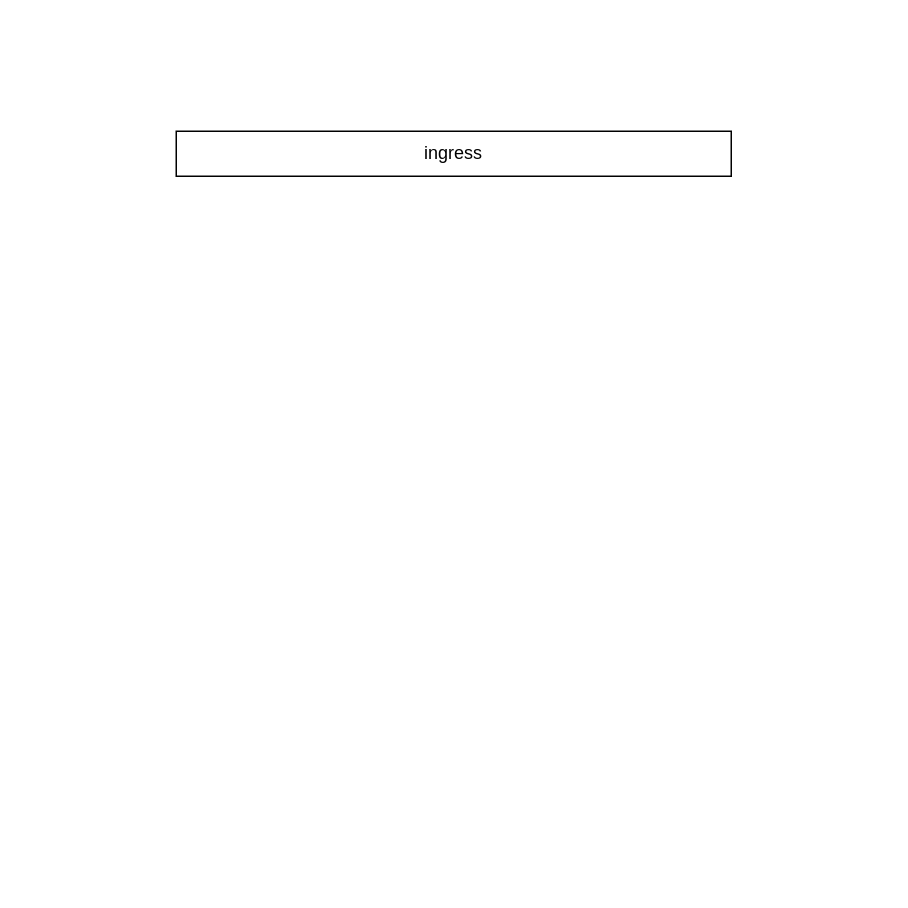
Earlier version of the draw.io diagram doc/未命名绘图.drawio (ccr606388/bus). Source tidied: cells renumbered, new cells numbered last; positions are measured from the earlier drawing's top-left corner, leaving out a move shared by most shapes. Both pictures are drawn from the tidied source at 150%, with x=0, y=0 at pixel (176, 130).
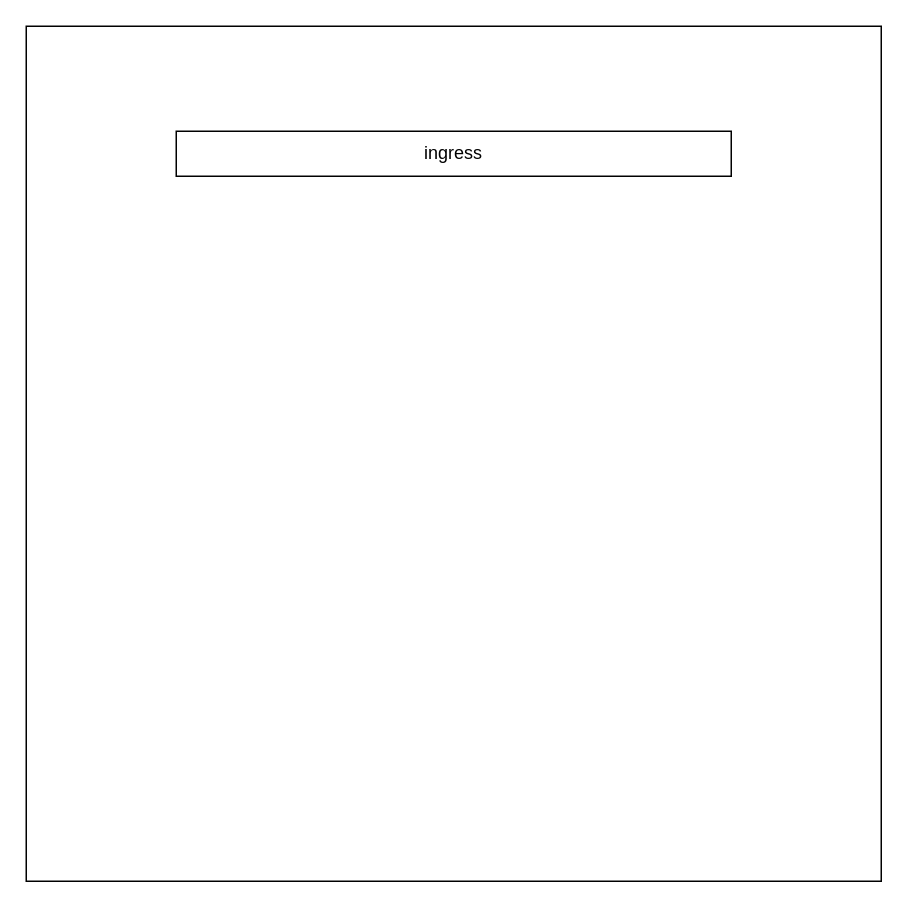
The same diagram, later.

Commit message:
更新未命名绘图.drawio

The edit, as a diff of the source:
```diff
@@
 <mxGraphModel>
   <root>
     <mxCell id="0" />
     <mxCell id="1" parent="0" />
+    <mxCell id="3" style="whiteSpace=wrap;html=1;" parent="1" vertex="1">
+      <mxGeometry x="-100" y="-70" width="570" height="570" as="geometry" />
+    </mxCell>
     <mxCell id="2" value="ingress" style="rounded=0;whiteSpace=wrap;html=1;" parent="1" vertex="1">
       <mxGeometry width="370" height="30" as="geometry" />
     </mxCell>
   </root>
 </mxGraphModel>
```
